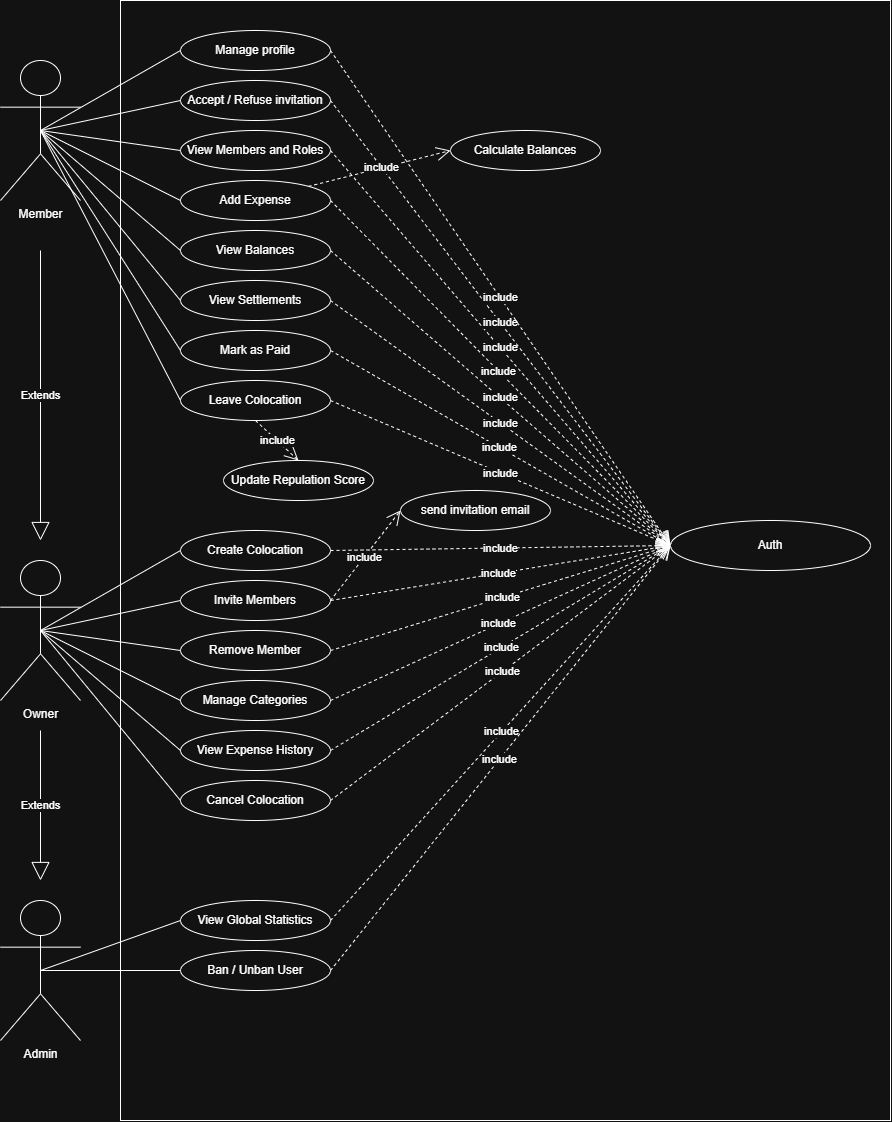
This is docs/EasyColoc-usecase.png from sahhoutiamine/EasyColoc-Colocation-Management-Platform, a draw.io export, as it was before one commit. Source tidied: cells renumbered, new cells last; positions are measured from the earlier drawing's top-left corner, leaving out a move shared by most shapes.
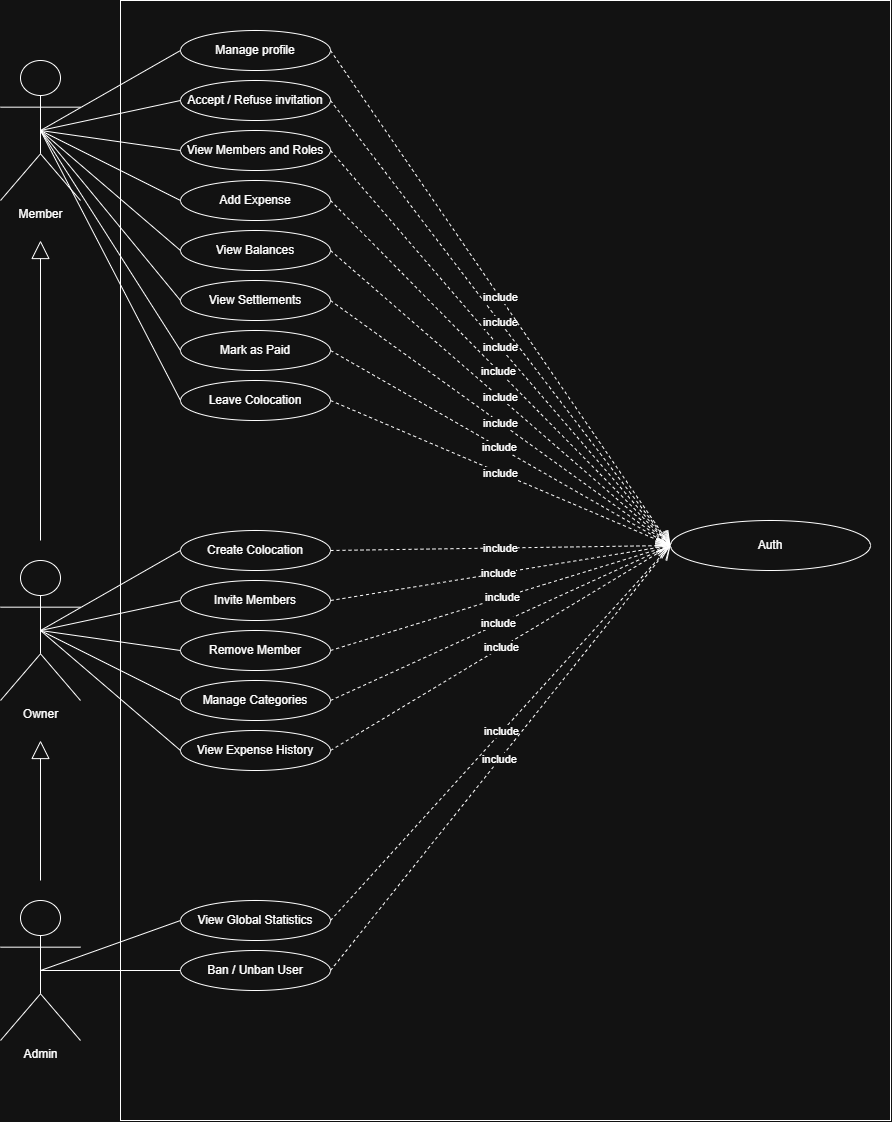
Above is the later version.

The edit, as a diff of the source:
```diff
@@ -59,18 +59,9 @@
     <mxCell id="20" value="Manage Categories" style="ellipse;whiteSpace=wrap;html=1;" parent="1" vertex="1">
       <mxGeometry x="180" y="680" width="150" height="40" as="geometry" />
     </mxCell>
-    <mxCell id="21" value="send invitation email" style="ellipse;whiteSpace=wrap;html=1;" parent="1" vertex="1">
-      <mxGeometry x="400" y="490" width="150" height="40" as="geometry" />
-    </mxCell>
     <mxCell id="22" value="Remove Member" style="ellipse;whiteSpace=wrap;html=1;" parent="1" vertex="1">
       <mxGeometry x="180" y="630" width="150" height="40" as="geometry" />
     </mxCell>
-    <mxCell id="23" value="Cancel Colocation" style="ellipse;whiteSpace=wrap;html=1;" parent="1" vertex="1">
-      <mxGeometry x="180" y="780" width="150" height="40" as="geometry" />
-    </mxCell>
-    <mxCell id="24" value="include" style="endArrow=open;endSize=12;dashed=1;html=1;rounded=0;exitX=1;exitY=0.5;exitDx=0;exitDy=0;entryX=0;entryY=0.5;entryDx=0;entryDy=0;" parent="1" edge="1" source="9" target="21">
-      <mxGeometry relative="1" as="geometry" />
-    </mxCell>
     <mxCell id="25" style="endArrow=none;html=1;rounded=0;exitX=0.5;exitY=0.5;exitDx=0;exitDy=0;exitPerimeter=0;entryX=0;entryY=0.5;entryDx=0;entryDy=0;" parent="1" edge="1" source="5" target="18">
       <mxGeometry relative="1" as="geometry" />
     </mxCell>
@@ -80,9 +71,6 @@
     <mxCell id="27" style="endArrow=none;html=1;rounded=0;exitX=0.5;exitY=0.5;exitDx=0;exitDy=0;exitPerimeter=0;entryX=0;entryY=0.5;entryDx=0;entryDy=0;" parent="1" edge="1" source="4" target="19">
       <mxGeometry relative="1" as="geometry" />
     </mxCell>
-    <mxCell id="28" style="endArrow=none;html=1;rounded=0;exitX=0.5;exitY=0.5;exitDx=0;exitDy=0;exitPerimeter=0;entryX=0;entryY=0.5;entryDx=0;entryDy=0;" parent="1" edge="1" source="4" target="23">
-      <mxGeometry relative="1" as="geometry" />
-    </mxCell>
     <mxCell id="29" style="endArrow=none;html=1;rounded=0;exitX=0.5;exitY=0.5;exitDx=0;exitDy=0;exitPerimeter=0;entryX=0;entryY=0.5;entryDx=0;entryDy=0;" parent="1" edge="1" source="4" target="17">
       <mxGeometry relative="1" as="geometry" />
     </mxCell>
@@ -155,9 +143,6 @@
     <mxCell id="52" value="include" style="endArrow=open;endSize=12;dashed=1;html=1;rounded=0;exitX=1;exitY=0.5;exitDx=0;exitDy=0;entryX=0;entryY=0.5;entryDx=0;entryDy=0;" parent="1" edge="1" source="19" target="6">
       <mxGeometry relative="1" as="geometry" />
     </mxCell>
-    <mxCell id="53" value="include" style="endArrow=open;endSize=12;dashed=1;html=1;rounded=0;exitX=1;exitY=0.5;exitDx=0;exitDy=0;entryX=0;entryY=0.5;entryDx=0;entryDy=0;" parent="1" edge="1" source="23" target="6">
-      <mxGeometry relative="1" as="geometry" />
-    </mxCell>
     <mxCell id="54" value="include" style="endArrow=open;endSize=12;dashed=1;html=1;rounded=0;exitX=1;exitY=0.5;exitDx=0;exitDy=0;entryX=0;entryY=0.5;entryDx=0;entryDy=0;" parent="1" edge="1" source="9" target="6">
       <mxGeometry relative="1" as="geometry" />
     </mxCell>
@@ -167,29 +152,17 @@
     <mxCell id="56" value="include" style="endArrow=open;endSize=12;dashed=1;html=1;rounded=0;exitX=1;exitY=0.5;exitDx=0;exitDy=0;entryX=0;entryY=0.5;entryDx=0;entryDy=0;" parent="1" edge="1" source="10" target="6">
       <mxGeometry relative="1" as="geometry" />
     </mxCell>
-    <mxCell id="57" value="Update Repulation Score" style="ellipse;whiteSpace=wrap;html=1;" parent="1" vertex="1">
-      <mxGeometry x="223" y="460" width="150" height="40" as="geometry" />
-    </mxCell>
-    <mxCell id="58" value="include" style="endArrow=open;endSize=12;dashed=1;html=1;rounded=0;exitX=0.5;exitY=1;exitDx=0;exitDy=0;entryX=0.5;entryY=0;entryDx=0;entryDy=0;" parent="1" edge="1" source="8" target="57">
-      <mxGeometry relative="1" as="geometry" />
-    </mxCell>
-    <mxCell id="59" value="Calculate Balances" style="ellipse;whiteSpace=wrap;html=1;" parent="1" vertex="1">
-      <mxGeometry x="450" y="130" width="150" height="40" as="geometry" />
-    </mxCell>
-    <mxCell id="60" value="include" style="endArrow=open;endSize=12;dashed=1;html=1;rounded=0;exitX=1;exitY=0;exitDx=0;exitDy=0;entryX=0;entryY=0.5;entryDx=0;entryDy=0;" parent="1" edge="1" source="13" target="59">
-      <mxGeometry relative="1" as="geometry" />
-    </mxCell>
-    <mxCell id="61" value="Extends" style="endArrow=block;endSize=16;endFill=0;html=1;rounded=0;" parent="1" edge="1">
-      <mxGeometry relative="1" as="geometry">
-        <mxPoint x="40" y="250" as="sourcePoint" />
-        <mxPoint x="40" y="540" as="targetPoint" />
-      </mxGeometry>
-    </mxCell>
-    <mxCell id="62" value="Extends" style="endArrow=block;endSize=16;endFill=0;html=1;rounded=0;" parent="1" edge="1">
-      <mxGeometry relative="1" as="geometry">
-        <mxPoint x="40" y="730" as="sourcePoint" />
-        <mxPoint x="40" y="880" as="targetPoint" />
-      </mxGeometry>
-    </mxCell>
+    <mxCell id="63" style="endArrow=block;endSize=16;endFill=0;html=1;rounded=0;" parent="1" edge="1">
+      <mxGeometry relative="1" as="geometry">
+        <mxPoint x="40" y="540" as="sourcePoint" />
+        <mxPoint x="40" y="240" as="targetPoint" />
+      </mxGeometry>
+    </mxCell>
+    <mxCell id="64" style="endArrow=block;endSize=16;endFill=0;html=1;rounded=0;" parent="1" edge="1">
+      <mxGeometry relative="1" as="geometry">
+        <mxPoint x="40" y="880" as="sourcePoint" />
+        <mxPoint x="40" y="740" as="targetPoint" />
+      </mxGeometry>
+    </mxCell>
   </root>
 </mxGraphModel>
```
